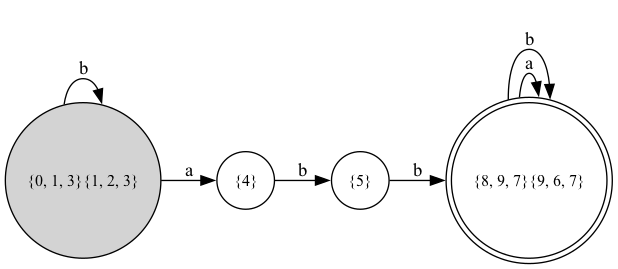
Before: pngs/dfa_graph_minimized.png, a diagram exported from Graphviz (estebandonis/Proyecto1-TeoriaDeLaComputacion). Its source is kept beside it as pngs/dfa_graph_minimized.dot.
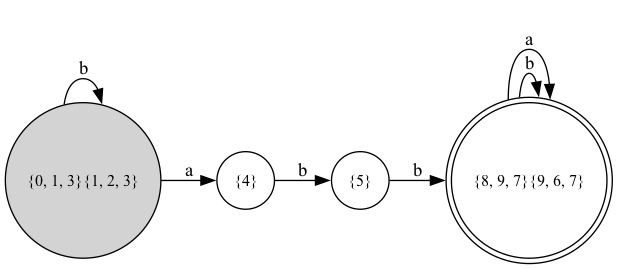
After the change.

What changed in the source:
```diff
@@ -8,11 +8,11 @@
 		pos="62.332,66.244",
 		shape=doublecircle,
 		width=1.7314];
+	"{8, 9, 7}{9, 6, 7}" -> "{8, 9, 7}{9, 6, 7}"	[label=b,
+		lp="146.04,66.244",
+		pos="e,124.98,63.108 124.98,69.381 135.44,68.942 142.66,67.897 142.66,66.244 142.66,65.289 140.25,64.537 136.19,63.987"];
 	"{8, 9, 7}{9, 6, 7}" -> "{8, 9, 7}{9, 6, 7}"	[label=a,
-		lp="145.66,66.244",
-		pos="e,124.98,63.108 124.98,69.381 135.44,68.942 142.66,67.897 142.66,66.244 142.66,65.289 140.25,64.537 136.19,63.987"];
-	"{8, 9, 7}{9, 6, 7}" -> "{8, 9, 7}{9, 6, 7}"	[label=b,
-		lp="164.04,66.244",
+		lp="163.66,66.244",
 		pos="e,124.75,59.496 124.75,72.993 144.78,72.924 160.66,70.674 160.66,66.244 160.66,62.68 150.38,60.527 135.92,59.786"];
 	"{5}"	[fontsize=12,
 		height=0.6,
```
